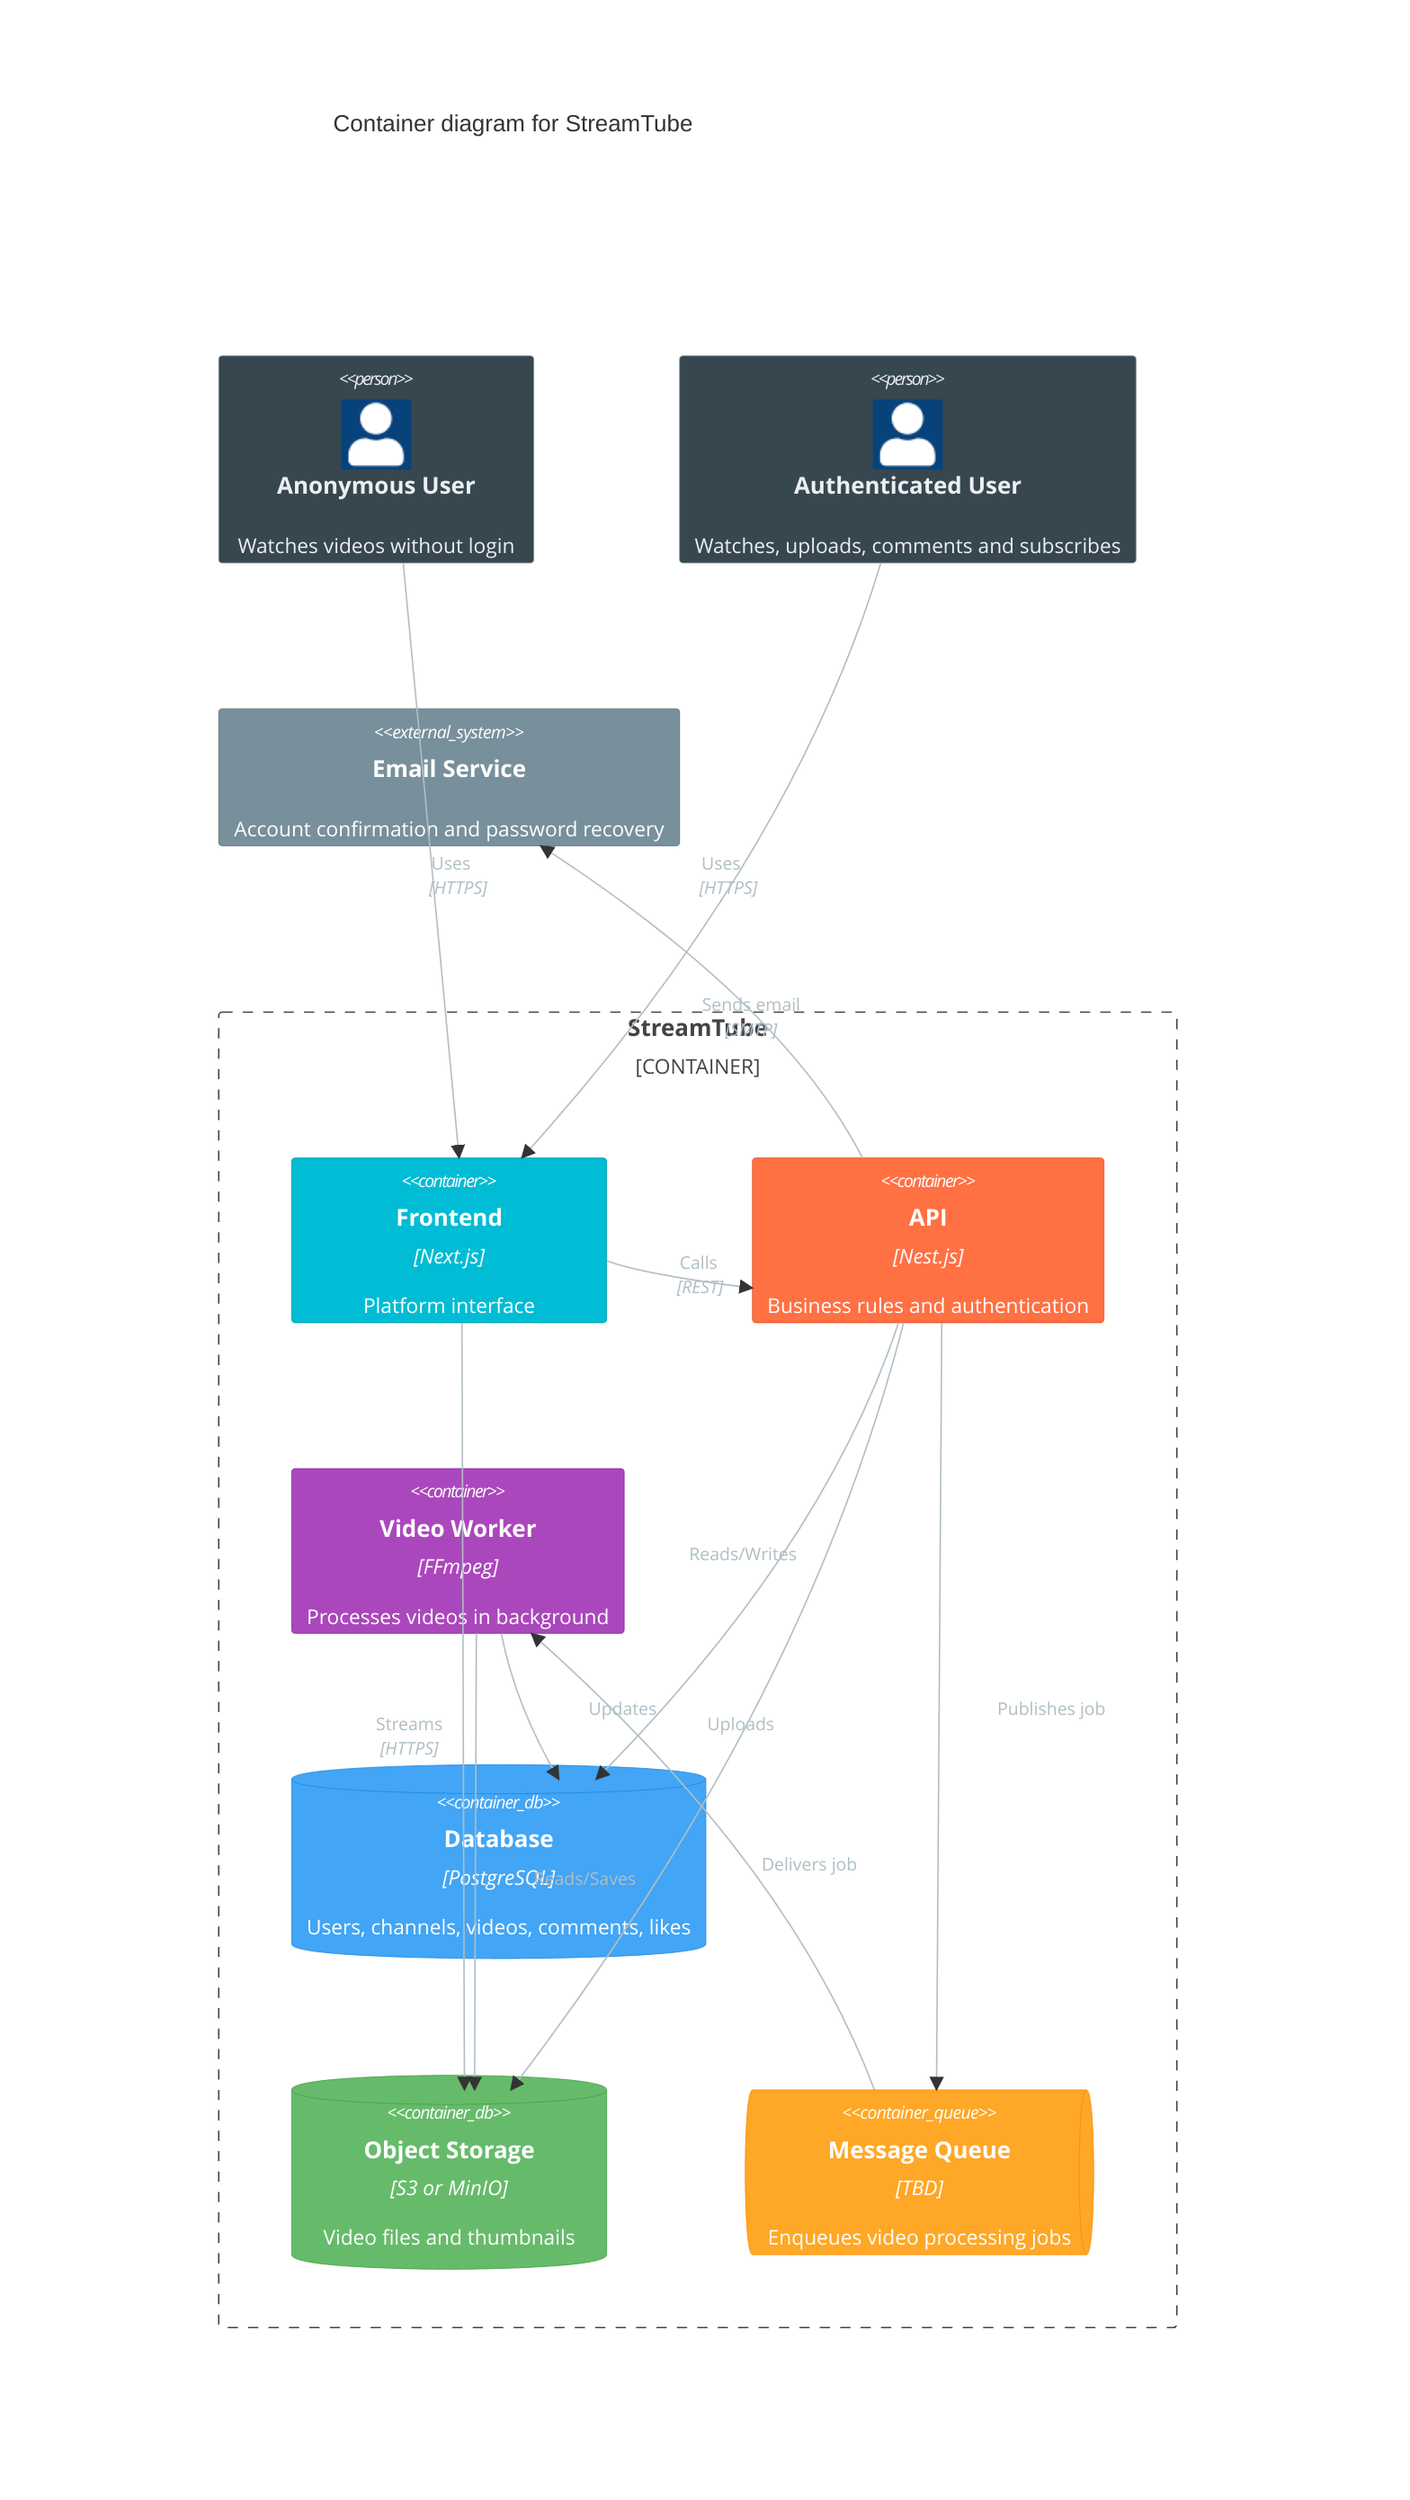
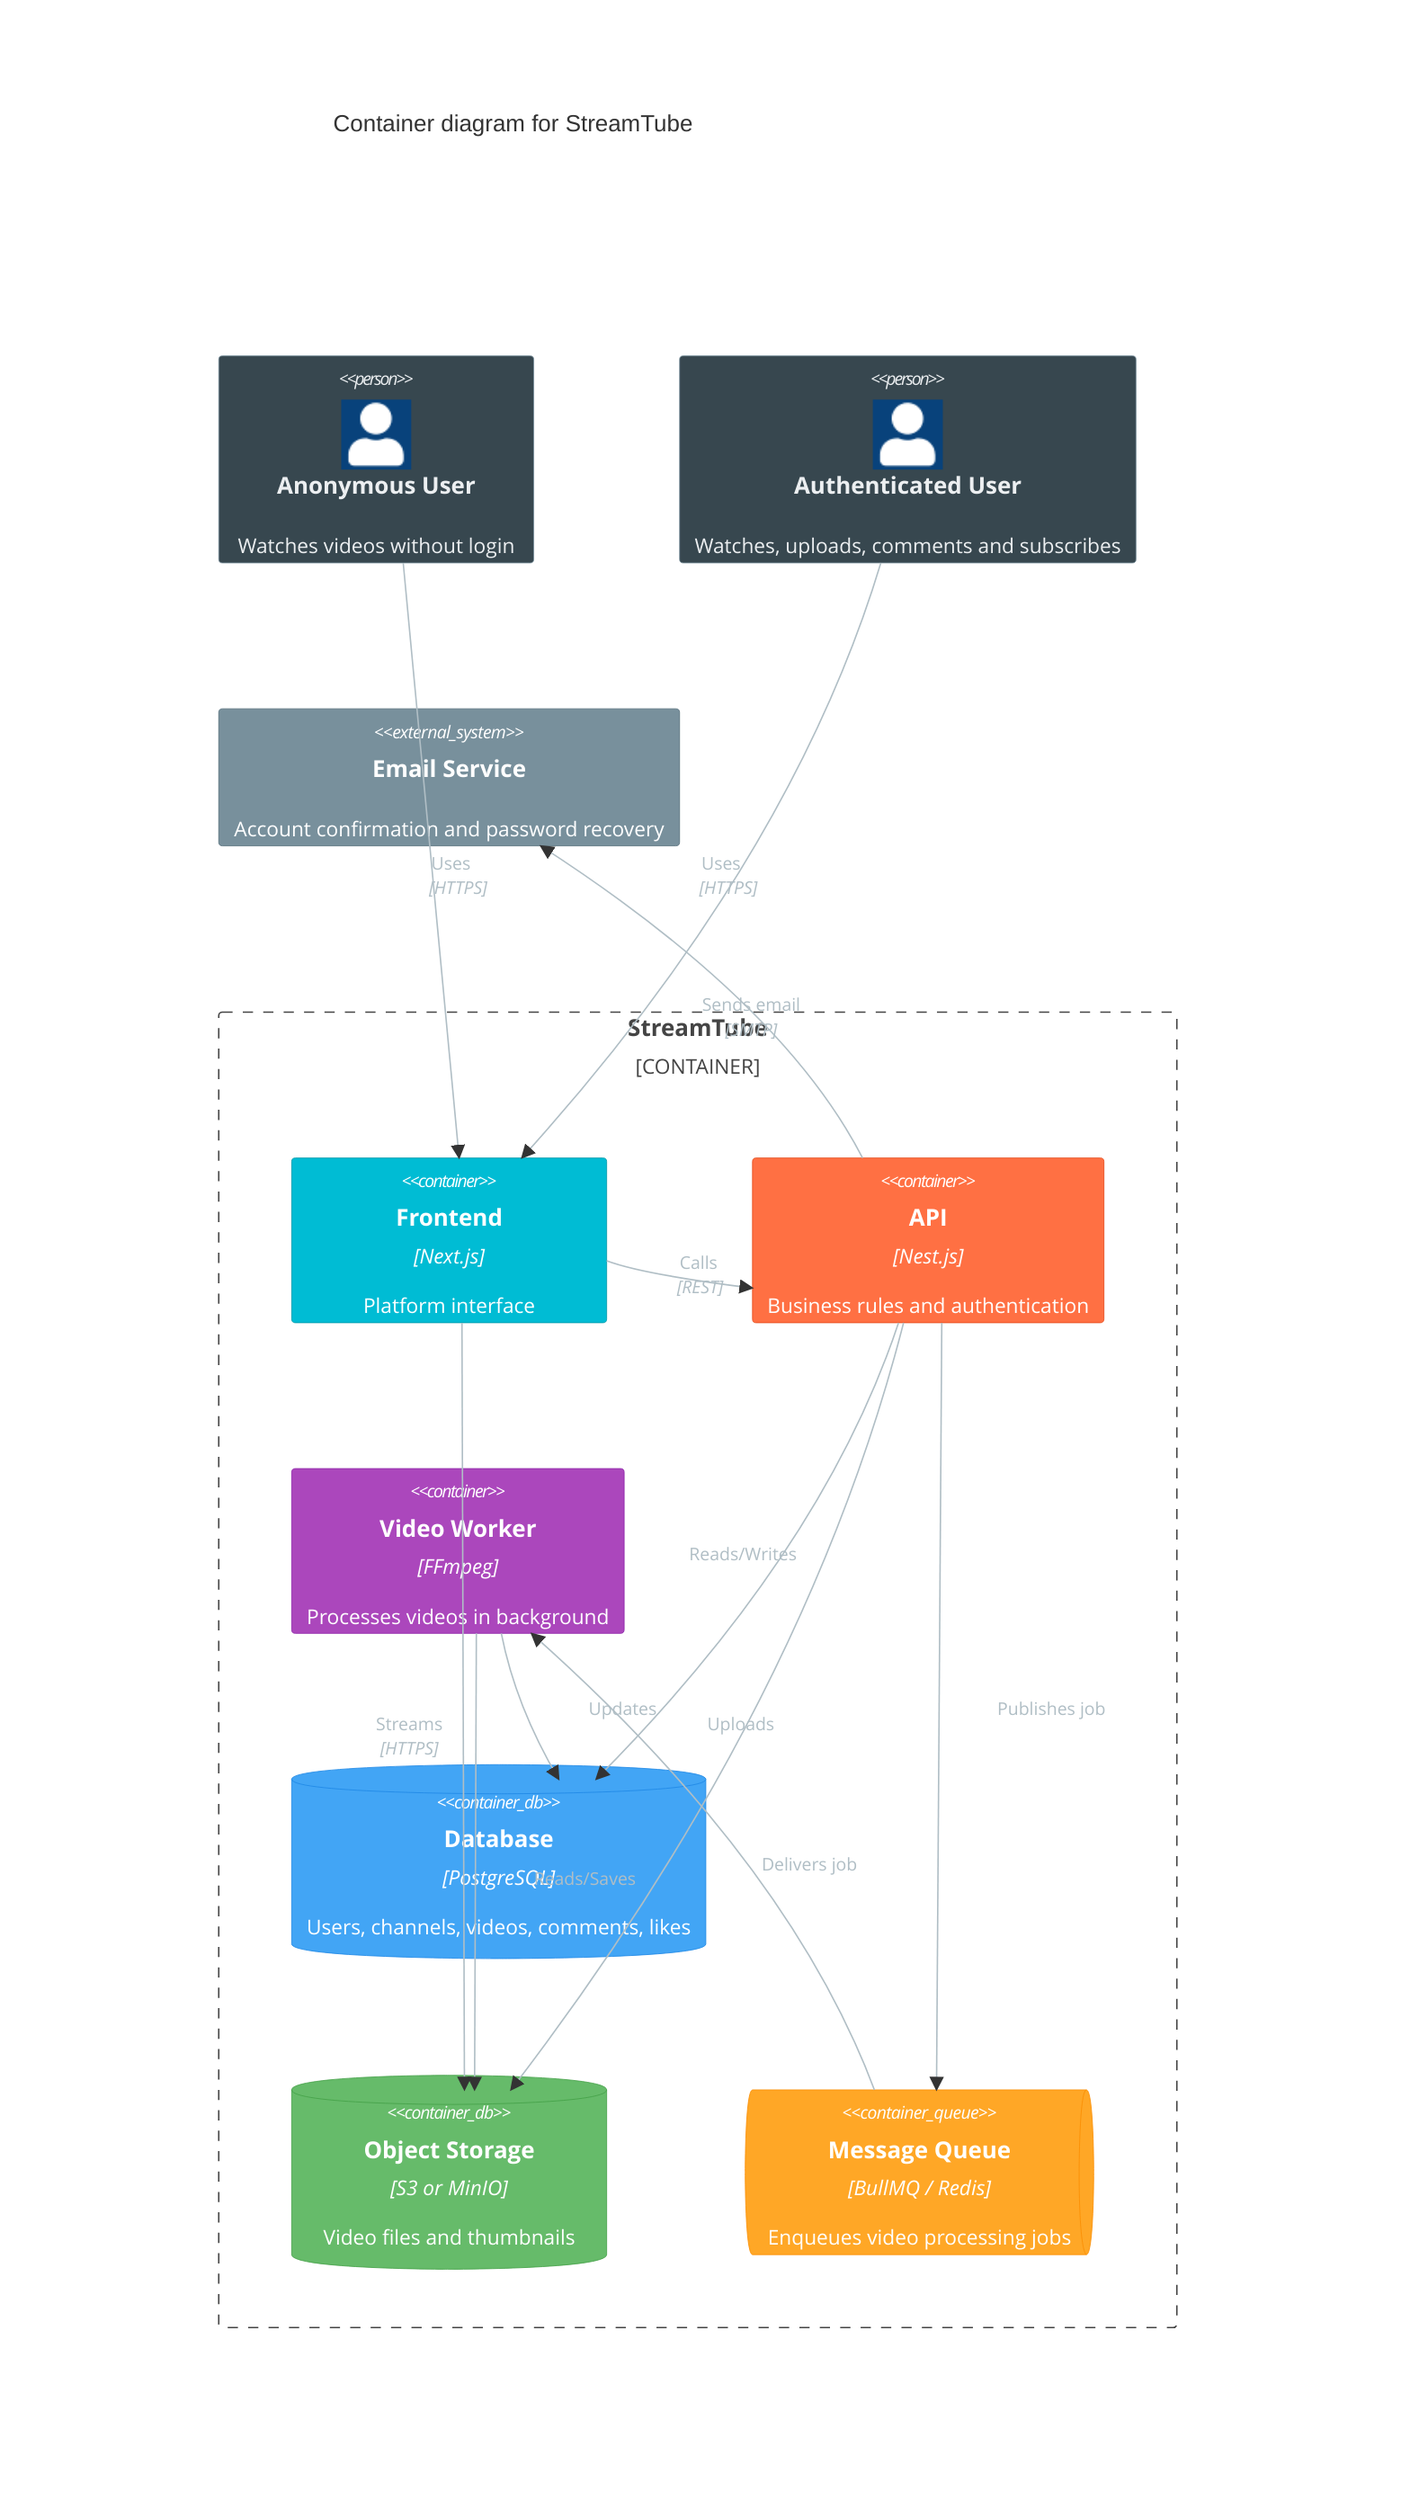
C4Container
    title Container diagram for StreamTube

    Person(anonUser, "Anonymous User", "Watches videos without login")
    Person(authUser, "Authenticated User", "Watches, uploads, comments and subscribes")

    Container_Boundary(c1, "StreamTube") {
        Container(frontend, "Frontend", "Next.js", "Platform interface")
        Container(api, "API", "Nest.js", "Business rules and authentication")
        Container(worker, "Video Worker", "FFmpeg", "Processes videos in background")
        ContainerDb(db, "Database", "PostgreSQL", "Users, channels, videos, comments, likes")
        ContainerDb(storage, "Object Storage", "S3 or MinIO", "Video files and thumbnails")
-         ContainerQueue(queue, "Message Queue", "TBD", "Enqueues video processing jobs")
+         ContainerQueue(queue, "Message Queue", "BullMQ / Redis", "Enqueues video processing jobs")
    }

    System_Ext(email, "Email Service", "Account confirmation and password recovery")

    Rel(anonUser, frontend, "Uses", "HTTPS")
    Rel(authUser, frontend, "Uses", "HTTPS")
    Rel(frontend, api, "Calls", "REST")
    Rel(frontend, storage, "Streams", "HTTPS")

    Rel(api, db, "Reads/Writes")
    Rel(api, storage, "Uploads")
    Rel(api, queue, "Publishes job")
    Rel(api, email, "Sends email", "SMTP")

    Rel(queue, worker, "Delivers job")
    Rel(worker, storage, "Reads/Saves")
    Rel(worker, db, "Updates")

    UpdateElementStyle(anonUser, $bgColor="#37474F", $fontColor="#ECEFF1", $borderColor="#78909C")
    UpdateElementStyle(authUser, $bgColor="#37474F", $fontColor="#ECEFF1", $borderColor="#78909C")
    UpdateElementStyle(frontend, $bgColor="#00BCD4", $fontColor="#FFFFFF", $borderColor="#0097A7")
    UpdateElementStyle(api, $bgColor="#FF7043", $fontColor="#FFFFFF", $borderColor="#E64A19")
    UpdateElementStyle(worker, $bgColor="#AB47BC", $fontColor="#FFFFFF", $borderColor="#8E24AA")
    UpdateElementStyle(db, $bgColor="#42A5F5", $fontColor="#FFFFFF", $borderColor="#1E88E5")
    UpdateElementStyle(storage, $bgColor="#66BB6A", $fontColor="#FFFFFF", $borderColor="#43A047")
    UpdateElementStyle(queue, $bgColor="#FFA726", $fontColor="#FFFFFF", $borderColor="#FB8C00")
    UpdateElementStyle(email, $bgColor="#78909C", $fontColor="#FFFFFF", $borderColor="#546E7A")

    UpdateRelStyle(anonUser, frontend, $textColor="#B0BEC5", $lineColor="#B0BEC5")
    UpdateRelStyle(authUser, frontend, $textColor="#B0BEC5", $lineColor="#B0BEC5")
    UpdateRelStyle(frontend, api, $textColor="#B0BEC5", $lineColor="#B0BEC5", $offsetY="-10")
    UpdateRelStyle(frontend, storage, $textColor="#B0BEC5", $lineColor="#B0BEC5", $offsetX="-60", $offsetY="10")
    UpdateRelStyle(api, db, $textColor="#B0BEC5", $lineColor="#B0BEC5", $offsetX="-40")
    UpdateRelStyle(api, storage, $textColor="#B0BEC5", $lineColor="#B0BEC5", $offsetY="10")
    UpdateRelStyle(api, queue, $textColor="#B0BEC5", $lineColor="#B0BEC5", $offsetX="40")
    UpdateRelStyle(api, email, $textColor="#B0BEC5", $lineColor="#B0BEC5")
    UpdateRelStyle(queue, worker, $textColor="#B0BEC5", $lineColor="#B0BEC5", $offsetX="40")
    UpdateRelStyle(worker, storage, $textColor="#B0BEC5", $lineColor="#B0BEC5", $offsetX="40", $offsetY="10")
    UpdateRelStyle(worker, db, $textColor="#B0BEC5", $lineColor="#B0BEC5", $offsetX="40")

    UpdateLayoutConfig($c4ShapeInRow="3", $c4BoundaryInRow="1")